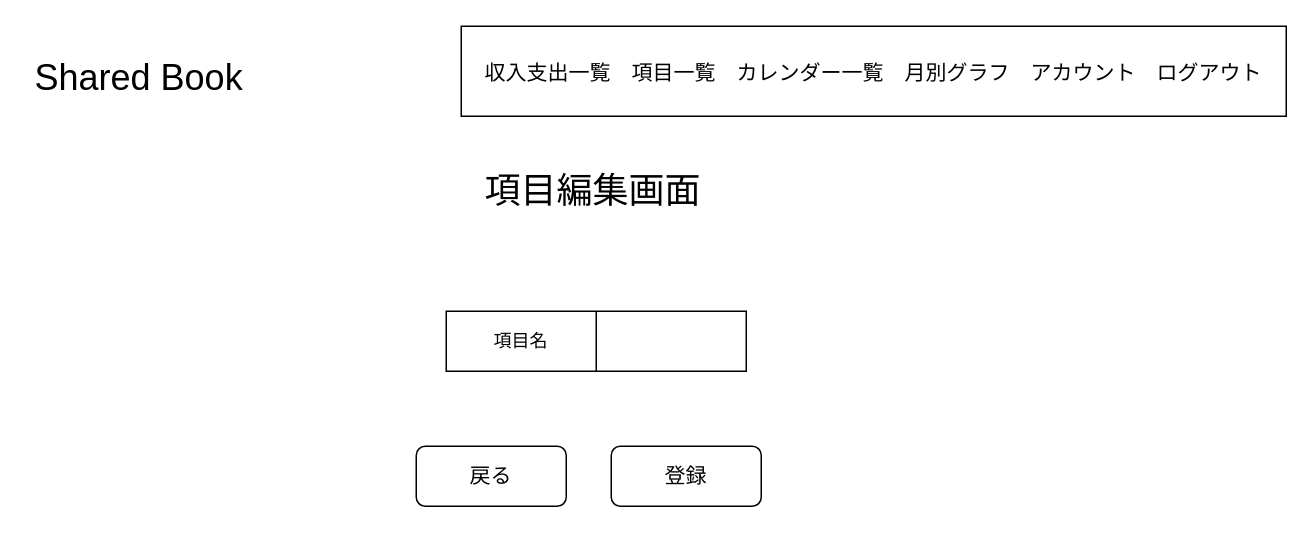
Above: docs/edit_category_wireflame.drawio in KeiSuzukiNishi/shared_household_account_book (draw.io), before the change. Source tidied: cells renumbered, new cells numbered last; positions are measured from the earlier drawing's top-left corner, leaving out a move shared by most shapes. Both pictures are drawn from the tidied source at 150%, with x=0, y=0 at pixel (26, 26).
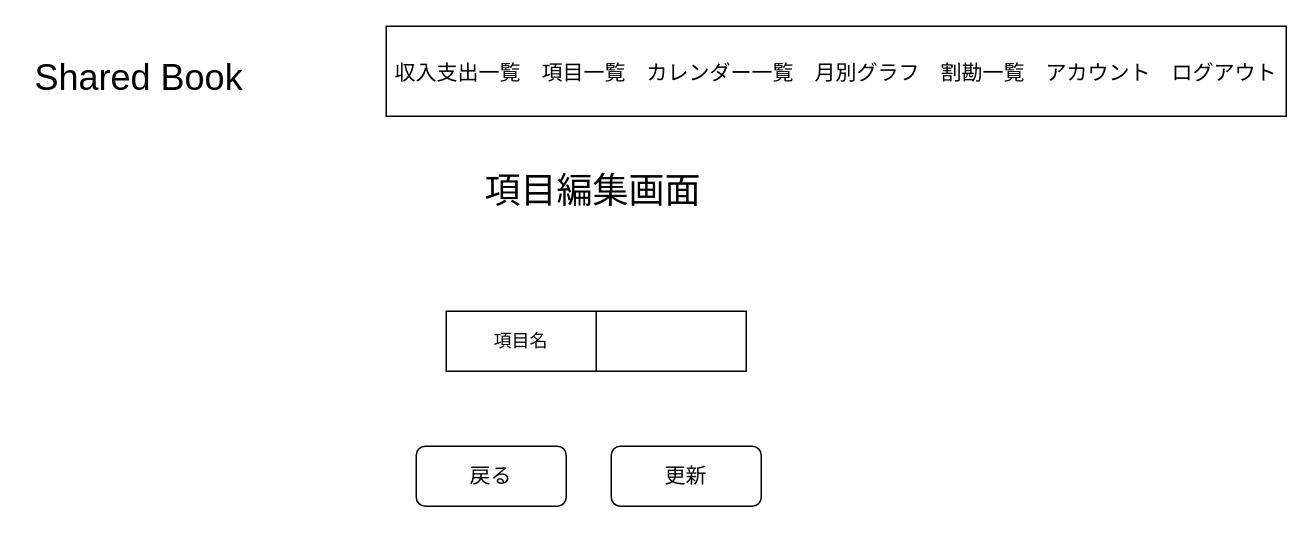
Above is the later version.

What changed in the source:
```diff
@@
 <mxGraphModel>
   <root>
     <mxCell id="0" />
     <mxCell id="1" parent="0" />
     <mxCell id="2" value="&lt;font style=&quot;font-size: 24px;&quot;&gt;Shared Book&lt;/font&gt;" style="text;strokeColor=none;fillColor=none;align=left;verticalAlign=middle;spacingLeft=4;spacingRight=4;overflow=hidden;whiteSpace=wrap;html=1;" parent="1" vertex="1">
       <mxGeometry y="10" width="190" height="50" as="geometry" />
     </mxCell>
     <mxCell id="3" value="&lt;font style=&quot;font-size: 24px;&quot;&gt;項目編集画面&lt;/font&gt;" style="text;strokeColor=none;fillColor=none;align=left;verticalAlign=middle;spacingLeft=4;spacingRight=4;overflow=hidden;whiteSpace=wrap;html=1;" parent="1" vertex="1">
       <mxGeometry x="300" y="85" width="230" height="50" as="geometry" />
     </mxCell>
-    <mxCell id="4" value="&lt;font style=&quot;font-size: 14px;&quot;&gt;収入支出一覧　項目一覧　カレンダー一覧　月別グラフ　アカウント　ログアウト&lt;/font&gt;" style="rounded=0;whiteSpace=wrap;html=1;fontSize=18;" parent="1" vertex="1">
-      <mxGeometry x="290" width="550" height="60" as="geometry" />
-    </mxCell>
     <mxCell id="5" style="shape=table;html=1;whiteSpace=wrap;startSize=0;childLayout=tableLayout;" parent="1" vertex="1">
       <mxGeometry x="280" y="190" width="200" height="40" as="geometry" />
     </mxCell>
     <mxCell id="6" style="shape=tableRow;horizontal=0;startSize=0;swimlaneHead=0;swimlaneBody=0;top=0;left=0;bottom=0;right=0;fillColor=none;" parent="5" vertex="1">
       <mxGeometry width="200" height="40" as="geometry" />
     </mxCell>
     <mxCell id="7" value="項目名" style="shape=partialRectangle;html=1;whiteSpace=wrap;fillColor=none;top=0;left=0;bottom=0;right=0;overflow=hidden;" parent="6" vertex="1">
       <mxGeometry width="100" height="40" as="geometry" />
     </mxCell>
     <mxCell id="8" style="shape=partialRectangle;html=1;whiteSpace=wrap;fillColor=none;top=0;left=0;bottom=0;right=0;overflow=hidden;" parent="6" vertex="1">
       <mxGeometry x="100" width="100" height="40" as="geometry" />
     </mxCell>
-    <mxCell id="9" value="登録" style="rounded=1;whiteSpace=wrap;html=1;fontSize=14;" parent="1" vertex="1">
+    <mxCell id="9" value="更新" style="rounded=1;whiteSpace=wrap;html=1;fontSize=14;" parent="1" vertex="1">
       <mxGeometry x="390" y="280" width="100" height="40" as="geometry" />
     </mxCell>
     <mxCell id="10" value="戻る" style="rounded=1;whiteSpace=wrap;html=1;fontSize=14;" parent="1" vertex="1">
       <mxGeometry x="260" y="280" width="100" height="40" as="geometry" />
     </mxCell>
+    <mxCell id="11" value="&lt;font style=&quot;font-size: 14px;&quot;&gt;収入支出一覧　項目一覧　カレンダー一覧　月別グラフ　割勘一覧　アカウント　ログアウト&lt;/font&gt;" style="rounded=0;whiteSpace=wrap;html=1;fontSize=18;" parent="1" vertex="1">
+      <mxGeometry x="240" width="600" height="60" as="geometry" />
+    </mxCell>
   </root>
 </mxGraphModel>
```
